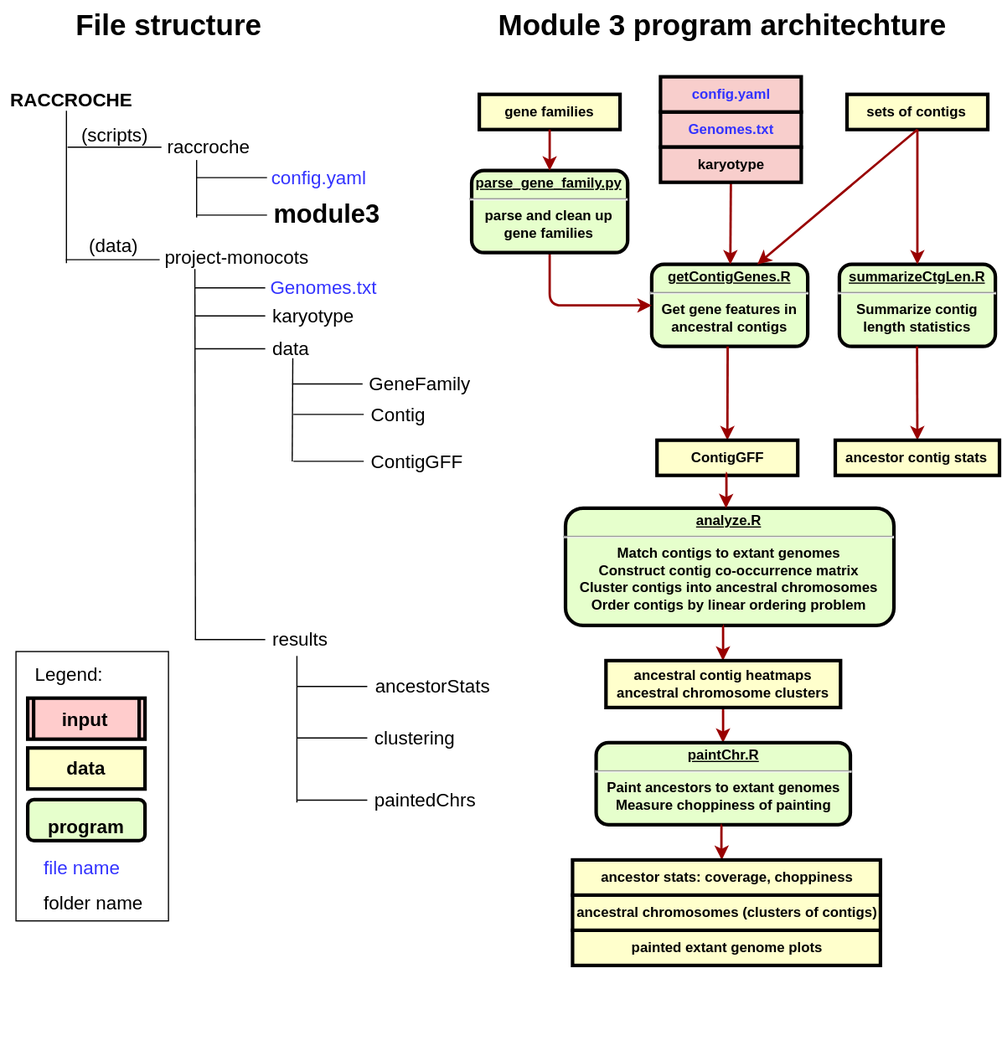
Earlier version of the draw.io export documentation/Module3-structure.svg (jin-repo/RACCROCHE). Source tidied: cells renumbered, new cells last; positions are measured from the earlier drawing's top-left corner, leaving out a move shared by most shapes.
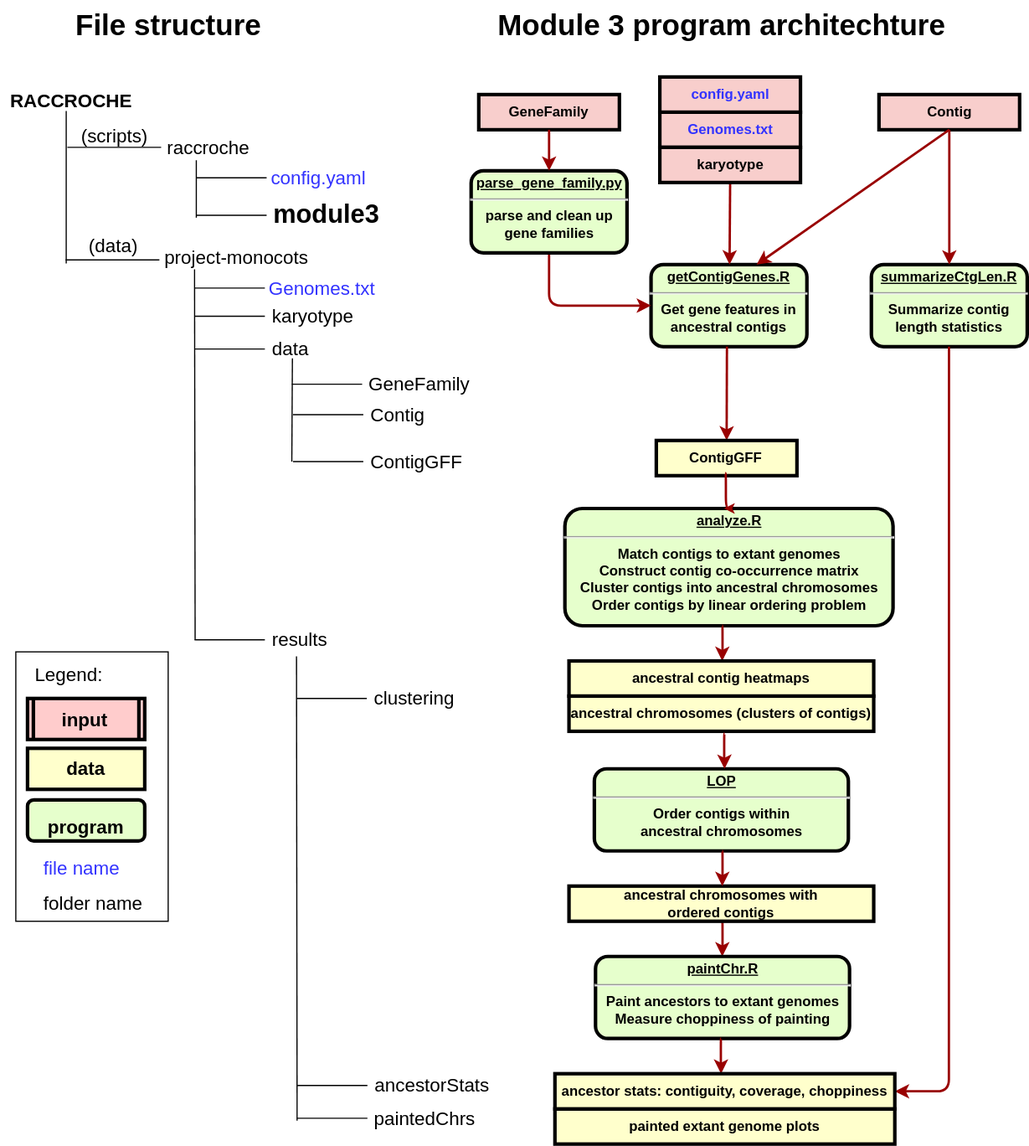
After the change.

Commit message:
updated structure of module3 diagram

The edit, as a diff of the source:
```diff
@@ -10,8 +10,8 @@
         <mxPoint x="622" y="225" as="targetPoint" />
       </mxGeometry>
     </mxCell>
-    <mxCell id="4" value="sets of contigs" style="whiteSpace=wrap;align=center;verticalAlign=middle;fontStyle=1;strokeWidth=3;fillColor=#FFFFCC;" parent="1" vertex="1">
-      <mxGeometry x="721.5" y="80" width="120" height="30" as="geometry" />
+    <mxCell id="4" value="Contig" style="whiteSpace=wrap;align=center;verticalAlign=middle;fontStyle=1;strokeWidth=3;fillColor=#f8cecc;" parent="1" vertex="1">
+      <mxGeometry x="749.5" y="80" width="120" height="30" as="geometry" />
     </mxCell>
     <mxCell id="5" style="elbow=horizontal;strokeColor=#990000;strokeWidth=2;entryX=0.5;entryY=0;entryDx=0;entryDy=0;" parent="1" edge="1" target="75">
       <mxGeometry relative="1" as="geometry">
@@ -28,7 +28,7 @@
       </mxGeometry>
     </mxCell>
     <mxCell id="8" style="group;" parent="1" vertex="1">
-      <mxGeometry x="57" y="105" width="365.5" height="798" as="geometry" />
+      <mxGeometry x="57" y="105" width="376" height="798" as="geometry" />
     </mxCell>
     <mxCell id="9" value="(scripts)" style="text;html=1;align=center;verticalAlign=middle;fontSize=16;" parent="8" vertex="1">
       <mxGeometry x="5" width="70" height="20" as="geometry" />
@@ -129,48 +129,6 @@
     <mxCell id="32" value="GeneFamily" style="text;html=1;align=center;verticalAlign=middle;fontSize=16;" parent="8" vertex="1">
       <mxGeometry x="249.5" y="212" width="100" height="20" as="geometry" />
     </mxCell>
-    <mxCell id="33" style="endArrow=none;html=1;fontSize=16;" parent="8" edge="1">
-      <mxGeometry relative="1" as="geometry">
-        <mxPoint x="195.5" y="480" as="sourcePoint" />
-        <mxPoint x="255.5" y="480" as="targetPoint" />
-      </mxGeometry>
-    </mxCell>
-    <mxCell id="34" value="ancestorStats" style="text;html=1;align=center;verticalAlign=middle;fontSize=16;" parent="8" vertex="1">
-      <mxGeometry x="255.5" y="470" width="110" height="20" as="geometry" />
-    </mxCell>
-    <mxCell id="35" style="group;" parent="8" vertex="1">
-      <mxGeometry x="195.5" y="494" width="154" height="20" as="geometry" />
-    </mxCell>
-    <mxCell id="36" style="endArrow=none;html=1;fontSize=16;" parent="35" edge="1">
-      <mxGeometry relative="1" as="geometry">
-        <mxPoint y="30" as="sourcePoint" />
-        <mxPoint x="60" y="30" as="targetPoint" />
-      </mxGeometry>
-    </mxCell>
-    <mxCell id="37" value="clustering" style="text;html=1;align=left;verticalAlign=middle;fontSize=16;" parent="35" vertex="1">
-      <mxGeometry x="64" y="20" width="80" height="20" as="geometry" />
-    </mxCell>
-    <mxCell id="38" style="group;" parent="8" vertex="1">
-      <mxGeometry x="195.5" y="522" width="154" height="276" as="geometry" />
-    </mxCell>
-    <mxCell id="39" style="endArrow=none;html=1;fontSize=16;" parent="38" edge="1">
-      <mxGeometry relative="1" as="geometry">
-        <mxPoint y="55" as="sourcePoint" />
-        <mxPoint x="60" y="55" as="targetPoint" />
-      </mxGeometry>
-    </mxCell>
-    <mxCell id="40" style="group;" parent="8" vertex="1">
-      <mxGeometry x="195.5" y="547" width="164" height="20" as="geometry" />
-    </mxCell>
-    <mxCell id="41" style="endArrow=none;html=1;fontSize=16;" parent="40" edge="1">
-      <mxGeometry relative="1" as="geometry">
-        <mxPoint y="32" as="sourcePoint" />
-        <mxPoint y="-93" as="targetPoint" />
-      </mxGeometry>
-    </mxCell>
-    <mxCell id="42" value="paintedChrs" style="text;html=1;align=left;verticalAlign=middle;fontSize=16;" parent="8" vertex="1">
-      <mxGeometry x="259.5" y="567" width="100" height="20" as="geometry" />
-    </mxCell>
     <mxCell id="43" value="results" style="text;html=1;align=left;verticalAlign=middle;fontSize=16;" parent="8" vertex="1">
       <mxGeometry x="172.5" y="430" width="60" height="20" as="geometry" />
     </mxCell>
@@ -249,13 +207,28 @@
     <mxCell id="63" value="folder name" style="text;html=1;align=left;verticalAlign=middle;fontSize=16;" parent="61" vertex="1">
       <mxGeometry y="30" width="100" height="20" as="geometry" />
     </mxCell>
+    <mxCell id="36" style="endArrow=none;html=1;fontSize=16;" parent="8" edge="1">
+      <mxGeometry x="289.5" y="640" as="geometry">
+        <mxPoint x="195.5" y="490" as="sourcePoint" />
+        <mxPoint x="255.5" y="490" as="targetPoint" />
+      </mxGeometry>
+    </mxCell>
+    <mxCell id="37" value="clustering" style="text;html=1;align=left;verticalAlign=middle;fontSize=16;" parent="8" vertex="1">
+      <mxGeometry x="259.5" y="480" width="80" height="20" as="geometry" />
+    </mxCell>
+    <mxCell id="41" style="endArrow=none;html=1;fontSize=16;" parent="8" edge="1">
+      <mxGeometry x="289.5" y="727" as="geometry">
+        <mxPoint x="196" y="850" as="sourcePoint" />
+        <mxPoint x="195.5" y="454" as="targetPoint" />
+      </mxGeometry>
+    </mxCell>
     <mxCell id="64" value="File structure" style="text;html=1;align=center;verticalAlign=middle;fontSize=25;fontStyle=1;" parent="1" vertex="1">
       <mxGeometry x="58" width="170" height="40" as="geometry" />
     </mxCell>
     <mxCell id="65" value="Module 3 program architechture" style="text;html=1;align=center;verticalAlign=middle;fontSize=25;fontStyle=1;" parent="1" vertex="1">
       <mxGeometry x="415" width="400" height="40" as="geometry" />
     </mxCell>
-    <mxCell id="66" value="gene families" style="whiteSpace=wrap;align=center;verticalAlign=middle;fontStyle=1;strokeWidth=3;fillColor=#FFFFCC;" parent="1" vertex="1">
+    <mxCell id="66" value="GeneFamily" style="whiteSpace=wrap;align=center;verticalAlign=middle;fontStyle=1;strokeWidth=3;fillColor=#f8cecc;" parent="1" vertex="1">
       <mxGeometry x="408" y="80" width="120" height="30" as="geometry" />
     </mxCell>
     <mxCell id="67" style="elbow=horizontal;strokeColor=#990000;strokeWidth=2;entryX=0.677;entryY=0;entryDx=0;entryDy=0;exitX=0.5;exitY=1;exitDx=0;exitDy=0;entryPerimeter=0;" parent="1" edge="1" source="4" target="2">
@@ -272,7 +245,7 @@
       <mxGeometry x="401.5" y="145" width="133" height="70" as="geometry" />
     </mxCell>
     <mxCell id="70" value="&lt;p style=&quot;margin: 0px ; margin-top: 4px ; text-align: center ; text-decoration: underline&quot;&gt;&lt;strong&gt;summarizeCtgLen.R&lt;br&gt;&lt;/strong&gt;&lt;/p&gt;&lt;hr&gt;&lt;div&gt;Summarize contig&lt;/div&gt;&lt;div&gt;length statistics&lt;br&gt;&lt;/div&gt;" style="verticalAlign=middle;align=center;overflow=fill;fontSize=12;fontFamily=Helvetica;html=1;rounded=1;fontStyle=1;strokeWidth=3;fillColor=#E6FFCC;" parent="1" vertex="1">
-      <mxGeometry x="715" y="225" width="133" height="70" as="geometry" />
+      <mxGeometry x="743" y="225" width="133" height="70" as="geometry" />
     </mxCell>
     <mxCell id="71" style="elbow=horizontal;strokeColor=#990000;strokeWidth=2;entryX=0.5;entryY=0;entryDx=0;entryDy=0;exitX=0.5;exitY=1;exitDx=0;exitDy=0;" parent="1" edge="1" source="66" target="69">
       <mxGeometry relative="1" as="geometry" />
@@ -280,9 +253,12 @@
     <mxCell id="72" style="elbow=horizontal;strokeColor=#990000;strokeWidth=2;entryX=0.5;entryY=0;entryDx=0;entryDy=0;exitX=0.5;exitY=1;exitDx=0;exitDy=0;" parent="1" edge="1" source="4" target="70">
       <mxGeometry relative="1" as="geometry" />
     </mxCell>
-    <mxCell id="73" style="elbow=horizontal;strokeColor=#990000;strokeWidth=2;entryX=0.5;entryY=0;entryDx=0;entryDy=0;" parent="1" edge="1" target="85">
+    <mxCell id="73" style="elbow=horizontal;strokeColor=#990000;strokeWidth=2;entryX=1;entryY=0.5;entryDx=0;entryDy=0;edgeStyle=orthogonalEdgeStyle;" parent="1" edge="1" target="84">
       <mxGeometry relative="1" as="geometry">
-        <mxPoint x="781.2" y="295" as="sourcePoint" />
+        <mxPoint x="809.2" y="295" as="sourcePoint" />
+        <Array as="points">
+          <mxPoint x="809" y="930" />
+        </Array>
       </mxGeometry>
     </mxCell>
     <mxCell id="74" value="&lt;p style=&quot;margin: 0px ; margin-top: 4px ; text-align: center ; text-decoration: underline&quot;&gt;&lt;strong&gt;analyze.R&lt;br&gt;&lt;/strong&gt;&lt;/p&gt;&lt;hr&gt;&lt;div&gt;Match contigs to extant genomes&lt;/div&gt;&lt;div&gt;Construct contig co-occurrence matrix&lt;br&gt;&lt;/div&gt;&lt;div&gt;Cluster contigs into ancestral chromosomes&lt;/div&gt;&lt;div&gt;Order contigs by linear ordering problem&lt;br&gt;&lt;/div&gt;" style="verticalAlign=middle;align=center;overflow=fill;fontSize=12;fontFamily=Helvetica;html=1;rounded=1;fontStyle=1;strokeWidth=3;fillColor=#E6FFCC;" parent="1" vertex="1">
@@ -305,34 +281,22 @@
     </mxCell>
     <mxCell id="78" style="edgeStyle=elbowEdgeStyle;elbow=horizontal;strokeColor=#990000;strokeWidth=2;" parent="1" edge="1">
       <mxGeometry relative="1" as="geometry">
-        <mxPoint x="615.8" y="603" as="sourcePoint" />
-        <mxPoint x="615.8" y="633" as="targetPoint" />
+        <mxPoint x="615.8" y="785" as="sourcePoint" />
+        <mxPoint x="615.8" y="815" as="targetPoint" />
       </mxGeometry>
     </mxCell>
     <mxCell id="79" value="&lt;p style=&quot;margin: 0px ; margin-top: 4px ; text-align: center ; text-decoration: underline&quot;&gt;&lt;strong&gt;paintChr.R&lt;br&gt;&lt;/strong&gt;&lt;/p&gt;&lt;hr&gt;&lt;div&gt;Paint ancestors to extant genomes&lt;/div&gt;&lt;div&gt;Measure choppiness of painting&lt;br&gt;&lt;/div&gt;" style="verticalAlign=middle;align=center;overflow=fill;fontSize=12;fontFamily=Helvetica;html=1;rounded=1;fontStyle=1;strokeWidth=3;fillColor=#E6FFCC;" parent="1" vertex="1">
-      <mxGeometry x="507.6" y="633" width="216.8" height="70" as="geometry" />
+      <mxGeometry x="507.6" y="815" width="216.8" height="70" as="geometry" />
     </mxCell>
     <mxCell id="80" style="edgeStyle=elbowEdgeStyle;elbow=horizontal;strokeColor=#990000;strokeWidth=2;" parent="1" edge="1">
       <mxGeometry relative="1" as="geometry">
-        <mxPoint x="614.8" y="703" as="sourcePoint" />
-        <mxPoint x="614.8" y="733" as="targetPoint" />
+        <mxPoint x="614.8" y="885" as="sourcePoint" />
+        <mxPoint x="614.8" y="915" as="targetPoint" />
       </mxGeometry>
     </mxCell>
-    <mxCell id="81" value="painted extant genome plots" style="whiteSpace=wrap;align=center;verticalAlign=middle;fontStyle=1;strokeWidth=3;fillColor=#FFFFCC;" parent="1" vertex="1">
-      <mxGeometry x="487.5" y="793" width="262.5" height="30" as="geometry" />
-    </mxCell>
-    <mxCell id="82" value="ancestral chromosomes (clusters of contigs)" style="whiteSpace=wrap;align=center;verticalAlign=middle;fontStyle=1;strokeWidth=3;fillColor=#FFFFCC;" parent="1" vertex="1">
-      <mxGeometry x="487.5" y="763" width="262.5" height="30" as="geometry" />
-    </mxCell>
-    <mxCell id="83" value="ancestral contig heatmaps&#10;ancestral chromosome clusters" style="whiteSpace=wrap;align=center;verticalAlign=middle;fontStyle=1;strokeWidth=3;fillColor=#FFFFCC;" parent="1" vertex="1">
-      <mxGeometry x="516" y="563" width="200" height="40" as="geometry" />
+    <mxCell id="83" value="ancestral contig heatmaps" style="whiteSpace=wrap;align=center;verticalAlign=middle;fontStyle=1;strokeWidth=3;fillColor=#FFFFCC;" parent="1" vertex="1">
+      <mxGeometry x="485" y="563" width="260" height="30" as="geometry" />
     </mxCell>
-    <mxCell id="84" value="ancestor stats: coverage, choppiness" style="whiteSpace=wrap;align=center;verticalAlign=middle;fontStyle=1;strokeWidth=3;fillColor=#FFFFCC;" parent="1" vertex="1">
-      <mxGeometry x="487.5" y="733" width="262.5" height="30" as="geometry" />
-    </mxCell>
-    <mxCell id="85" value="ancestor contig stats" style="whiteSpace=wrap;align=center;verticalAlign=middle;fontStyle=1;strokeWidth=3;fillColor=#FFFFCC;" parent="1" vertex="1">
-      <mxGeometry x="711.5" y="375" width="140" height="30" as="geometry" />
-    </mxCell>
     <mxCell id="86" style="group;" parent="1" vertex="1">
       <mxGeometry x="562.5" y="65" width="120" height="90" as="geometry" />
     </mxCell>
@@ -348,5 +312,53 @@
     <mxCell id="90" value="config.yaml" style="whiteSpace=wrap;align=center;verticalAlign=middle;fontStyle=1;strokeWidth=3;fillColor=#f8cecc;fontColor=#3333FF;" parent="86" vertex="1">
       <mxGeometry width="120" height="30" as="geometry" />
     </mxCell>
+    <mxCell id="82" value="ancestral chromosomes (clusters of contigs)" style="whiteSpace=wrap;align=center;verticalAlign=middle;fontStyle=1;strokeWidth=3;fillColor=#FFFFCC;" parent="1" vertex="1">
+      <mxGeometry x="485" y="593" width="260" height="30" as="geometry" />
+    </mxCell>
+    <mxCell id="91" style="group;" parent="1" vertex="1">
+      <mxGeometry x="473" y="915" width="290" height="60" as="geometry" />
+    </mxCell>
+    <mxCell id="81" value="painted extant genome plots" style="whiteSpace=wrap;align=center;verticalAlign=middle;fontStyle=1;strokeWidth=3;fillColor=#FFFFCC;" parent="91" vertex="1">
+      <mxGeometry y="30" width="290" height="30" as="geometry" />
+    </mxCell>
+    <mxCell id="84" value="ancestor stats: contiguity, coverage, choppiness" style="whiteSpace=wrap;align=center;verticalAlign=middle;fontStyle=1;strokeWidth=3;fillColor=#FFFFCC;" parent="91" vertex="1">
+      <mxGeometry width="290" height="30" as="geometry" />
+    </mxCell>
+    <mxCell id="92" value="&lt;p style=&quot;margin: 0px ; margin-top: 4px ; text-align: center ; text-decoration: underline&quot;&gt;&lt;strong&gt;LOP&lt;br&gt;&lt;/strong&gt;&lt;/p&gt;&lt;hr&gt;&lt;div&gt;Order contigs within &lt;br&gt;&lt;/div&gt;&lt;div&gt;ancestral chromosomes&lt;/div&gt;" style="verticalAlign=middle;align=center;overflow=fill;fontSize=12;fontFamily=Helvetica;html=1;rounded=1;fontStyle=1;strokeWidth=3;fillColor=#E6FFCC;" parent="1" vertex="1">
+      <mxGeometry x="506.6" y="655" width="216.8" height="70" as="geometry" />
+    </mxCell>
+    <mxCell id="93" style="edgeStyle=elbowEdgeStyle;elbow=horizontal;strokeColor=#990000;strokeWidth=2;" parent="1" edge="1">
+      <mxGeometry relative="1" as="geometry">
+        <mxPoint x="617.8" y="625" as="sourcePoint" />
+        <mxPoint x="617.8" y="655" as="targetPoint" />
+      </mxGeometry>
+    </mxCell>
+    <mxCell id="94" value="ancestral chromosomes with &#10;ordered contigs" style="whiteSpace=wrap;align=center;verticalAlign=middle;fontStyle=1;strokeWidth=3;fillColor=#FFFFCC;" parent="1" vertex="1">
+      <mxGeometry x="485" y="755" width="260" height="30" as="geometry" />
+    </mxCell>
+    <mxCell id="95" style="edgeStyle=elbowEdgeStyle;elbow=horizontal;strokeColor=#990000;strokeWidth=2;" parent="1" edge="1">
+      <mxGeometry relative="1" as="geometry">
+        <mxPoint x="615.8" y="725" as="sourcePoint" />
+        <mxPoint x="615.8" y="755" as="targetPoint" />
+      </mxGeometry>
+    </mxCell>
+    <mxCell id="42" value="paintedChrs" style="text;html=1;align=left;verticalAlign=middle;fontSize=16;" parent="1" vertex="1">
+      <mxGeometry x="317" y="943" width="100" height="20" as="geometry" />
+    </mxCell>
+    <mxCell id="39" style="endArrow=none;html=1;fontSize=16;" parent="1" edge="1">
+      <mxGeometry x="384" y="1153" as="geometry">
+        <mxPoint x="253" y="953" as="sourcePoint" />
+        <mxPoint x="313" y="953" as="targetPoint" />
+      </mxGeometry>
+    </mxCell>
+    <mxCell id="34" value="ancestorStats" style="text;html=1;align=center;verticalAlign=middle;fontSize=16;" parent="1" vertex="1">
+      <mxGeometry x="313" y="915" width="110" height="20" as="geometry" />
+    </mxCell>
+    <mxCell id="33" style="endArrow=none;html=1;fontSize=16;" parent="1" edge="1">
+      <mxGeometry relative="1" as="geometry">
+        <mxPoint x="253" y="925" as="sourcePoint" />
+        <mxPoint x="313" y="925" as="targetPoint" />
+      </mxGeometry>
+    </mxCell>
   </root>
 </mxGraphModel>
```
